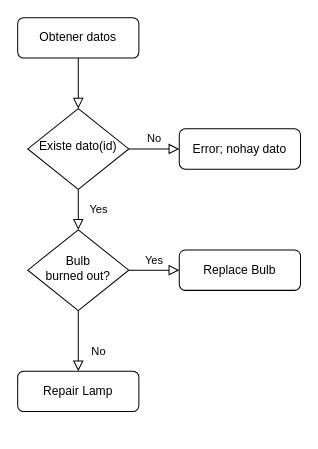
Cvenru/Cat.github.io keeps this draw.io diagram as Diagrama sin título.drawio. Above is the earlier version. Source tidied: cells renumbered, new cells numbered last; positions are measured from the earlier drawing's top-left corner, leaving out a move shared by most shapes. Both pictures are drawn from the tidied source at 101%, with x=0, y=0 at pixel (17, 17).
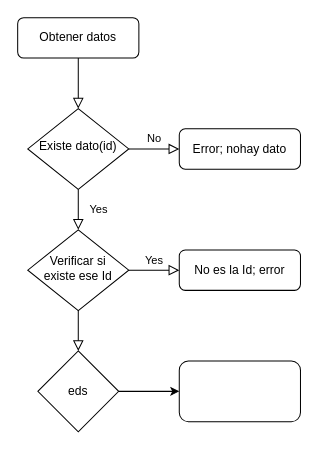
Above is the later version.

What changed in the source:
```diff
@@
 <mxGraphModel>
   <root>
     <mxCell id="0" />
     <mxCell id="1" parent="0" />
     <mxCell id="2" style="rounded=0;html=1;jettySize=auto;fontSize=11;endArrow=block;endFill=0;endSize=8;strokeWidth=1;shadow=0;labelBackgroundColor=none;edgeStyle=orthogonalEdgeStyle;" parent="1" edge="1" source="3" target="6">
       <mxGeometry relative="1" as="geometry" />
     </mxCell>
     <mxCell id="3" value="Obtener datos" style="rounded=1;whiteSpace=wrap;html=1;fontSize=12;glass=0;strokeWidth=1;shadow=0;" parent="1" vertex="1">
       <mxGeometry width="120" height="40" as="geometry" />
     </mxCell>
     <mxCell id="4" value="Yes" style="rounded=0;html=1;jettySize=auto;fontSize=11;endArrow=block;endFill=0;endSize=8;strokeWidth=1;shadow=0;labelBackgroundColor=none;edgeStyle=orthogonalEdgeStyle;" parent="1" edge="1" source="6" target="10">
       <mxGeometry y="20" relative="1" as="geometry" />
     </mxCell>
     <mxCell id="5" value="No" style="edgeStyle=orthogonalEdgeStyle;rounded=0;html=1;jettySize=auto;fontSize=11;endArrow=block;endFill=0;endSize=8;strokeWidth=1;shadow=0;labelBackgroundColor=none;" parent="1" edge="1" source="6" target="7">
       <mxGeometry y="10" relative="1" as="geometry" />
     </mxCell>
     <mxCell id="6" value="Existe dato(id)" style="rhombus;whiteSpace=wrap;html=1;shadow=0;fontFamily=Helvetica;fontSize=12;align=center;strokeWidth=1;spacing=6;spacingTop=-4;" parent="1" vertex="1">
       <mxGeometry x="10" y="90" width="100" height="80" as="geometry" />
     </mxCell>
     <mxCell id="7" value="Error; nohay dato" style="rounded=1;whiteSpace=wrap;html=1;fontSize=12;glass=0;strokeWidth=1;shadow=0;" parent="1" vertex="1">
       <mxGeometry x="160" y="110" width="120" height="40" as="geometry" />
     </mxCell>
-    <mxCell id="8" value="No" style="rounded=0;html=1;jettySize=auto;fontSize=11;endArrow=block;endFill=0;endSize=8;strokeWidth=1;shadow=0;labelBackgroundColor=none;edgeStyle=orthogonalEdgeStyle;" parent="1" edge="1" source="10" target="11">
-      <mxGeometry x="0.33" y="20" relative="1" as="geometry" />
-    </mxCell>
     <mxCell id="9" value="Yes" style="edgeStyle=orthogonalEdgeStyle;rounded=0;html=1;jettySize=auto;fontSize=11;endArrow=block;endFill=0;endSize=8;strokeWidth=1;shadow=0;labelBackgroundColor=none;" parent="1" edge="1" source="10" target="12">
       <mxGeometry y="10" relative="1" as="geometry" />
     </mxCell>
-    <mxCell id="10" value="Bulb&lt;br&gt;burned out?" style="rhombus;whiteSpace=wrap;html=1;shadow=0;fontFamily=Helvetica;fontSize=12;align=center;strokeWidth=1;spacing=6;spacingTop=-4;" parent="1" vertex="1">
+    <mxCell id="10" value="Verificar si existe ese Id" style="rhombus;whiteSpace=wrap;html=1;shadow=0;fontFamily=Helvetica;fontSize=12;align=center;strokeWidth=1;spacing=6;spacingTop=-4;" parent="1" vertex="1">
       <mxGeometry x="10" y="210" width="100" height="80" as="geometry" />
     </mxCell>
-    <mxCell id="11" value="Repair Lamp" style="rounded=1;whiteSpace=wrap;html=1;fontSize=12;glass=0;strokeWidth=1;shadow=0;" parent="1" vertex="1">
-      <mxGeometry y="350" width="120" height="40" as="geometry" />
-    </mxCell>
-    <mxCell id="12" value="Replace Bulb" style="rounded=1;whiteSpace=wrap;html=1;fontSize=12;glass=0;strokeWidth=1;shadow=0;" parent="1" vertex="1">
+    <mxCell id="12" value="No es la Id; error" style="rounded=1;whiteSpace=wrap;html=1;fontSize=12;glass=0;strokeWidth=1;shadow=0;" parent="1" vertex="1">
       <mxGeometry x="160" y="230" width="120" height="40" as="geometry" />
     </mxCell>
+    <mxCell id="13" style="rounded=0;html=1;jettySize=auto;fontSize=11;endArrow=block;endFill=0;endSize=8;strokeWidth=1;shadow=0;labelBackgroundColor=none;edgeStyle=orthogonalEdgeStyle;" parent="1" edge="1" source="10" target="15">
+      <mxGeometry x="0.33" y="20" relative="1" as="geometry" />
+    </mxCell>
+    <mxCell id="14" style="edgeStyle=orthogonalEdgeStyle;rounded=0;jettySize=auto;html=1;" parent="1" edge="1" source="15" target="16">
+      <mxGeometry relative="1" as="geometry" />
+    </mxCell>
+    <mxCell id="15" value="eds" style="rhombus;whiteSpace=wrap;html=1;" parent="1" vertex="1">
+      <mxGeometry x="20" y="330" width="80" height="80" as="geometry" />
+    </mxCell>
+    <mxCell id="16" style="rounded=1;whiteSpace=wrap;html=1;" parent="1" vertex="1">
+      <mxGeometry x="160" y="340" width="120" height="60" as="geometry" />
+    </mxCell>
   </root>
 </mxGraphModel>
```
